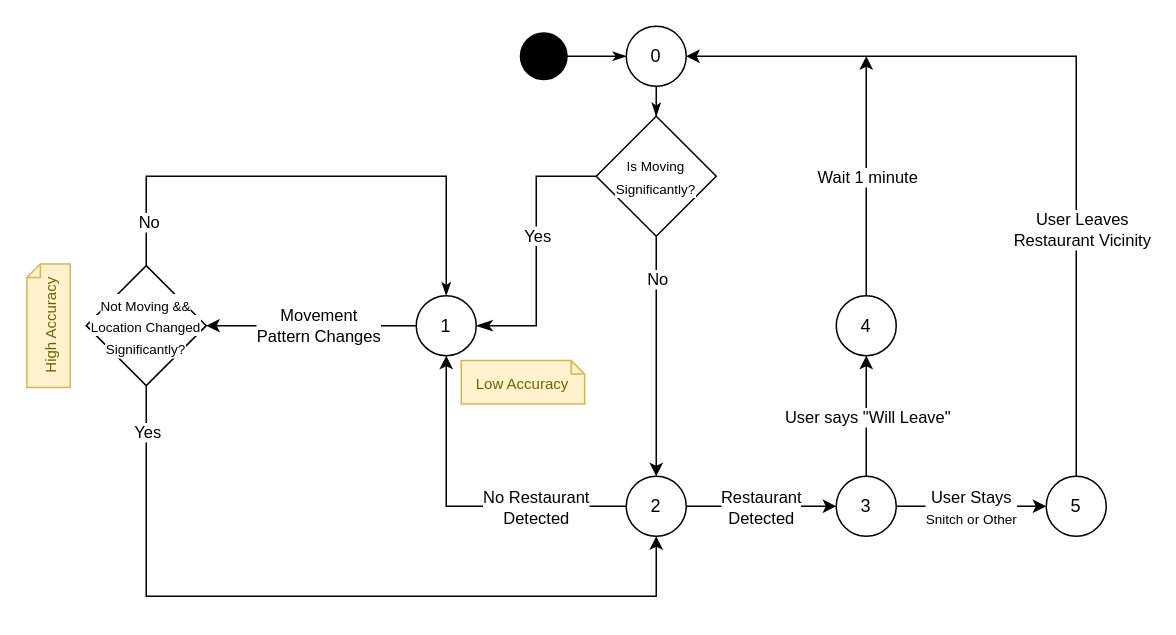
The draw.io diagram diagrams/Location Tracking.drawio in Fitsnitch-CS480/fitsnitch-app, before the edit. Source tidied: cells renumbered, new cells numbered last; positions are measured from the earlier drawing's top-left corner, leaving out a move shared by most shapes. Both pictures are drawn from the tidied source at 150%, with x=0, y=0 at pixel (-14, 26).
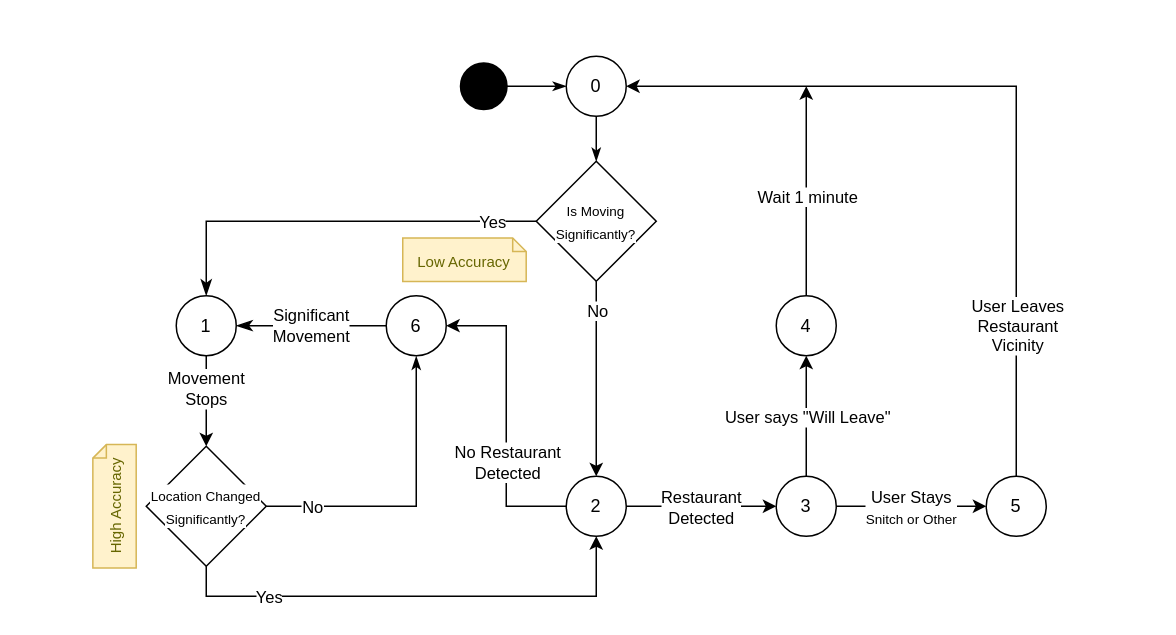
The same diagram, later.

Commit message:
modifed location states to reflect moving/not moving

Unchanged cells that the change refers to:
```xml
<mxCell id="4" style="edgeStyle=orthogonalEdgeStyle;rounded=0;jettySize=auto;html=1;exitX=0.5;exitY=1;exitDx=0;exitDy=0;entryX=0.5;entryY=0;entryDx=0;entryDy=0;" parent="1" edge="1" source="30" target="10">
  <mxGeometry relative="1" as="geometry" />
</mxCell>
```

Change to the diagram source:
```diff
@@
-    <mxCell id="2" style="rounded=0;html=1;jettySize=auto;fontSize=11;endArrow=classicThin;endFill=1;endSize=8;strokeWidth=1;shadow=0;labelBackgroundColor=none;edgeStyle=orthogonalEdgeStyle;entryX=1;entryY=0.5;entryDx=0;entryDy=0;exitX=0;exitY=0.5;exitDx=0;exitDy=0;" parent="1" edge="1" source="30" target="26">
-      <mxGeometry relative="1" as="geometry">
-        <Array as="points">
-          <mxPoint x="366" y="100" />
-          <mxPoint x="366" y="200" />
-        </Array>
-      </mxGeometry>
+    <mxCell id="2" style="rounded=0;html=1;jettySize=auto;fontSize=11;endArrow=classicThin;endFill=1;endSize=8;strokeWidth=1;shadow=0;labelBackgroundColor=none;edgeStyle=orthogonalEdgeStyle;entryX=1;entryY=0.5;entryDx=0;entryDy=0;exitX=0;exitY=0.5;exitDx=0;exitDy=0;" parent="1" edge="1" source="37" target="26">
+      <mxGeometry relative="1" as="geometry" />
     </mxCell>
-    <mxCell id="3" value="Yes" style="edgeLabel;html=1;align=center;verticalAlign=middle;" parent="2" vertex="1">
+    <mxCell id="3" value="Significant&lt;br&gt;Movement" style="edgeLabel;html=1;align=center;verticalAlign=middle;" parent="2" vertex="1">
       <mxGeometry x="-0.25" y="-2" relative="1" as="geometry">
-        <mxPoint x="2" y="12.3" as="offset" />
+        <mxPoint x="-12.8" y="2" as="offset" />
       </mxGeometry>
     </mxCell>
@@
     <mxCell id="5" value="No" style="edgeLabel;html=1;align=center;verticalAlign=middle;" parent="4" vertex="1">
       <mxGeometry x="0.14" y="-6" relative="1" as="geometry">
-        <mxPoint x="6" y="-62.9" as="offset" />
+        <mxPoint x="6" y="-54.5" as="offset" />
       </mxGeometry>
     </mxCell>
@@
-    <mxCell id="8" style="edgeStyle=orthogonalEdgeStyle;rounded=0;jettySize=auto;html=1;entryX=0.5;entryY=1;entryDx=0;entryDy=0;exitX=0;exitY=0.5;exitDx=0;exitDy=0;" parent="1" edge="1" source="10" target="26">
+    <mxCell id="8" style="edgeStyle=orthogonalEdgeStyle;rounded=0;jettySize=auto;html=1;entryX=1;entryY=0.5;entryDx=0;entryDy=0;exitX=0;exitY=0.5;exitDx=0;exitDy=0;" parent="1" edge="1" source="10" target="37">
       <mxGeometry relative="1" as="geometry">
         <Array as="points">
-          <mxPoint x="306" y="320" />
+          <mxPoint x="346" y="320" />
+          <mxPoint x="346" y="200" />
         </Array>
       </mxGeometry>
     </mxCell>
     <mxCell id="9" value="No Restaurant&lt;br&gt;Detected" style="edgeLabel;html=1;align=center;verticalAlign=middle;" parent="8" vertex="1">
       <mxGeometry x="-0.23" y="2" relative="1" as="geometry">
-        <mxPoint x="24.8" y="-2" as="offset" />
+        <mxPoint x="2" y="7.2" as="offset" />
       </mxGeometry>
     </mxCell>
     <mxCell id="10" value="2" style="ellipse;whiteSpace=wrap;html=1;" parent="1" vertex="1">
-      <mxGeometry x="426" y="300" width="40" height="40" as="geometry" />
+      <mxGeometry x="386" y="300" width="40" height="40" as="geometry" />
     </mxCell>
@@
     <mxCell id="13" style="edgeStyle=orthogonalEdgeStyle;rounded=0;jettySize=auto;html=1;exitX=1;exitY=0.5;exitDx=0;exitDy=0;" parent="1" edge="1" source="15" target="18">
       <mxGeometry relative="1" as="geometry">
         <Array as="points">
-          <mxPoint x="635" y="320" />
-          <mxPoint x="635" y="320" />
+          <mxPoint x="595" y="320" />
+          <mxPoint x="595" y="320" />
         </Array>
       </mxGeometry>
     </mxCell>
@@
     <mxCell id="15" value="3" style="ellipse;whiteSpace=wrap;html=1;" parent="1" vertex="1">
-      <mxGeometry x="566" y="300" width="40" height="40" as="geometry" />
+      <mxGeometry x="526" y="300" width="40" height="40" as="geometry" />
     </mxCell>
     <mxCell id="16" style="edgeStyle=orthogonalEdgeStyle;rounded=0;jettySize=auto;html=1;entryX=1;entryY=0.5;entryDx=0;entryDy=0;" parent="1" edge="1" source="18" target="36">
       <mxGeometry relative="1" as="geometry">
         <Array as="points">
-          <mxPoint x="726" y="20" />
+          <mxPoint x="686" y="40" />
         </Array>
       </mxGeometry>
     </mxCell>
-    <mxCell id="17" value="User Leaves&lt;br&gt;Restaurant Vicinity" style="edgeLabel;html=1;align=center;verticalAlign=middle;" parent="16" vertex="1">
-      <mxGeometry x="-0.39" y="-3" relative="1" as="geometry" />
+    <mxCell id="17" value="User Leaves&lt;br&gt;Restaurant&lt;br&gt;Vicinity" style="edgeLabel;html=1;align=center;verticalAlign=middle;" parent="16" vertex="1">
+      <mxGeometry x="-0.39" y="-3" relative="1" as="geometry">
+        <mxPoint x="-3" y="58.9" as="offset" />
+      </mxGeometry>
     </mxCell>
     <mxCell id="18" value="5" style="ellipse;whiteSpace=wrap;html=1;perimeterSpacing=0;" parent="1" vertex="1">
-      <mxGeometry x="706" y="300" width="40" height="40" as="geometry" />
+      <mxGeometry x="666" y="300" width="40" height="40" as="geometry" />
     </mxCell>
     <mxCell id="19" style="edgeStyle=orthogonalEdgeStyle;rounded=0;jettySize=auto;html=1;" parent="1" edge="1" source="21">
       <mxGeometry relative="1" as="geometry">
-        <mxPoint x="586" y="20" as="targetPoint" />
+        <mxPoint x="546" y="40" as="targetPoint" />
         <Array as="points">
-          <mxPoint x="586" y="120" />
-          <mxPoint x="586" y="120" />
+          <mxPoint x="546" y="150" />
+          <mxPoint x="546" y="150" />
         </Array>
       </mxGeometry>
     </mxCell>
@@
     <mxCell id="21" value="4" style="ellipse;whiteSpace=wrap;html=1;" parent="1" vertex="1">
-      <mxGeometry x="566" y="179.6" width="40" height="40" as="geometry" />
+      <mxGeometry x="526" y="179.6" width="40" height="40" as="geometry" />
     </mxCell>
     <mxCell id="22" style="edgeStyle=orthogonalEdgeStyle;rounded=0;jettySize=auto;html=1;exitX=0.5;exitY=1;exitDx=0;exitDy=0;entryX=0.5;entryY=1;entryDx=0;entryDy=0;" parent="1" edge="1" source="29" target="10">
       <mxGeometry relative="1" as="geometry">
         <Array as="points">
-          <mxPoint x="106" y="380" />
-          <mxPoint x="446" y="380" />
+          <mxPoint x="146" y="380" />
+          <mxPoint x="406" y="380" />
         </Array>
       </mxGeometry>
     </mxCell>
     <mxCell id="23" value="Yes" style="edgeLabel;html=1;align=center;verticalAlign=middle;" parent="22" vertex="1">
       <mxGeometry x="-0.27" y="1" relative="1" as="geometry">
-        <mxPoint x="-48.8" y="-109" as="offset" />
+        <mxPoint x="-55.9" y="1" as="offset" />
       </mxGeometry>
     </mxCell>
-    <mxCell id="24" style="edgeStyle=orthogonalEdgeStyle;rounded=0;jettySize=auto;html=1;entryX=1;entryY=0.5;entryDx=0;entryDy=0;" parent="1" edge="1" source="26" target="29">
+    <mxCell id="24" style="edgeStyle=orthogonalEdgeStyle;rounded=0;jettySize=auto;html=1;entryX=0.5;entryY=0;entryDx=0;entryDy=0;" parent="1" edge="1" source="26" target="29">
       <mxGeometry relative="1" as="geometry" />
     </mxCell>
-    <mxCell id="25" value="Movement&lt;br&gt;Pattern Changes" style="edgeLabel;html=1;align=center;verticalAlign=middle;" parent="24" vertex="1">
+    <mxCell id="25" value="Movement&lt;br&gt;Stops" style="edgeLabel;html=1;align=center;verticalAlign=middle;" parent="24" vertex="1">
       <mxGeometry x="0.07" relative="1" as="geometry">
-        <mxPoint x="9" as="offset" />
+        <mxPoint x="-0.1" y="-9.8" as="offset" />
       </mxGeometry>
     </mxCell>
     <mxCell id="26" value="1" style="ellipse;whiteSpace=wrap;html=1;" parent="1" vertex="1">
-      <mxGeometry x="286" y="179.6" width="40" height="40" as="geometry" />
+      <mxGeometry x="126" y="179.6" width="40" height="40" as="geometry" />
     </mxCell>
-    <mxCell id="27" style="edgeStyle=orthogonalEdgeStyle;rounded=0;jettySize=auto;html=1;endArrow=classicThin;endFill=1;entryX=0.5;entryY=0;entryDx=0;entryDy=0;" parent="1" edge="1" source="29" target="26">
+    <mxCell id="27" style="edgeStyle=orthogonalEdgeStyle;rounded=0;jettySize=auto;html=1;endArrow=classicThin;endFill=1;exitX=1;exitY=0.5;exitDx=0;exitDy=0;" parent="1" edge="1" source="29">
       <mxGeometry relative="1" as="geometry">
+        <mxPoint x="286" y="220" as="targetPoint" />
         <Array as="points">
-          <mxPoint x="106" y="100" />
-          <mxPoint x="306" y="100" />
+          <mxPoint x="286" y="320" />
         </Array>
       </mxGeometry>
     </mxCell>
     <mxCell id="28" value="No" style="edgeLabel;html=1;align=center;verticalAlign=middle;" parent="27" vertex="1">
       <mxGeometry x="-0.37" y="-6" relative="1" as="geometry">
-        <mxPoint x="-46.2" y="24" as="offset" />
+        <mxPoint x="-32.8" y="-6" as="offset" />
       </mxGeometry>
     </mxCell>
-    <mxCell id="29" value="&lt;span style=&quot;background-color: rgb(255 , 255 , 255)&quot;&gt;&lt;font style=&quot;line-height: 0% ; font-size: 9px&quot;&gt;Not Moving &amp;amp;&amp;amp; Location Changed Significantly?&lt;/font&gt;&lt;/span&gt;" style="rhombus;whiteSpace=wrap;html=1;fillColor=none;" parent="1" vertex="1">
-      <mxGeometry x="66" y="159.6" width="80" height="80" as="geometry" />
+    <mxCell id="29" value="&lt;span style=&quot;background-color: rgb(255 , 255 , 255)&quot;&gt;&lt;font style=&quot;line-height: 0% ; font-size: 9px&quot;&gt;Location Changed Significantly?&lt;/font&gt;&lt;/span&gt;" style="rhombus;whiteSpace=wrap;html=1;fillColor=none;" parent="1" vertex="1">
+      <mxGeometry x="106" y="280" width="80" height="80" as="geometry" />
     </mxCell>
     <mxCell id="30" value="&lt;span style=&quot;background-color: rgb(255 , 255 , 255)&quot;&gt;&lt;font style=&quot;line-height: 0% ; font-size: 9px&quot;&gt;Is Moving Significantly?&lt;/font&gt;&lt;/span&gt;" style="rhombus;whiteSpace=wrap;html=1;fillColor=none;" parent="1" vertex="1">
-      <mxGeometry x="406" y="60" width="80" height="80" as="geometry" />
+      <mxGeometry x="366" y="90" width="80" height="80" as="geometry" />
     </mxCell>
     <mxCell id="31" style="edgeStyle=orthogonalEdgeStyle;rounded=0;jettySize=auto;html=1;endArrow=classicThin;endFill=1;" parent="1" edge="1" source="32">
       <mxGeometry relative="1" as="geometry">
-        <mxPoint x="426" y="20" as="targetPoint" />
+        <mxPoint x="386" y="40" as="targetPoint" />
       </mxGeometry>
     </mxCell>
     <mxCell id="32" style="strokeWidth=2;html=1;shape=mxgraph.flowchart.start_2;whiteSpace=wrap;fillColor=#000000;" parent="1" vertex="1">
-      <mxGeometry x="356" y="5" width="30" height="30" as="geometry" />
+      <mxGeometry x="316" y="25" width="30" height="30" as="geometry" />
     </mxCell>
     <mxCell id="33" value="&lt;font style=&quot;font-size: 10px&quot;&gt;High Accuracy&lt;/font&gt;" style="shape=note;strokeWidth=1;fontSize=14;size=9;whiteSpace=wrap;html=1;fillColor=#fff2cc;strokeColor=#d6b656;fontColor=#666600;rotation=-90;" parent="1" vertex="1">
-      <mxGeometry x="-0.3" y="185.2" width="82.3" height="28.9" as="geometry" />
+      <mxGeometry x="43.7" y="305.6" width="82.3" height="28.9" as="geometry" />
     </mxCell>
     <mxCell id="34" value="&lt;font style=&quot;font-size: 10px&quot;&gt;Low Accuracy&lt;/font&gt;" style="shape=note;strokeWidth=1;fontSize=14;size=9;whiteSpace=wrap;html=1;fillColor=#fff2cc;strokeColor=#d6b656;fontColor=#666600;rotation=0;" parent="1" vertex="1">
-      <mxGeometry x="316" y="222.9" width="82.3" height="28.9" as="geometry" />
+      <mxGeometry x="277" y="141.2" width="82.3" height="28.9" as="geometry" />
     </mxCell>
@@
     <mxCell id="36" value="0" style="ellipse;whiteSpace=wrap;html=1;strokeWidth=1;fillColor=none;" parent="1" vertex="1">
-      <mxGeometry x="426" width="40" height="40" as="geometry" />
+      <mxGeometry x="386" y="20" width="40" height="40" as="geometry" />
     </mxCell>
+    <mxCell id="37" value="6" style="ellipse;whiteSpace=wrap;html=1;" parent="1" vertex="1">
+      <mxGeometry x="266" y="179.6" width="40" height="40" as="geometry" />
+    </mxCell>
+    <mxCell id="38" style="rounded=0;html=1;jettySize=auto;fontSize=11;endArrow=classicThin;endFill=1;endSize=8;strokeWidth=1;shadow=0;labelBackgroundColor=none;edgeStyle=orthogonalEdgeStyle;entryX=0.5;entryY=0;entryDx=0;entryDy=0;exitX=0;exitY=0.5;exitDx=0;exitDy=0;" parent="1" edge="1" source="30" target="26">
+      <mxGeometry relative="1" as="geometry">
+        <Array as="points">
+          <mxPoint x="146" y="130" />
+        </Array>
+      </mxGeometry>
+    </mxCell>
+    <mxCell id="39" value="Yes" style="edgeLabel;html=1;align=center;verticalAlign=middle;" parent="38" vertex="1">
+      <mxGeometry x="-0.25" y="-2" relative="1" as="geometry">
+        <mxPoint x="71.4" y="2" as="offset" />
+      </mxGeometry>
+    </mxCell>
```
